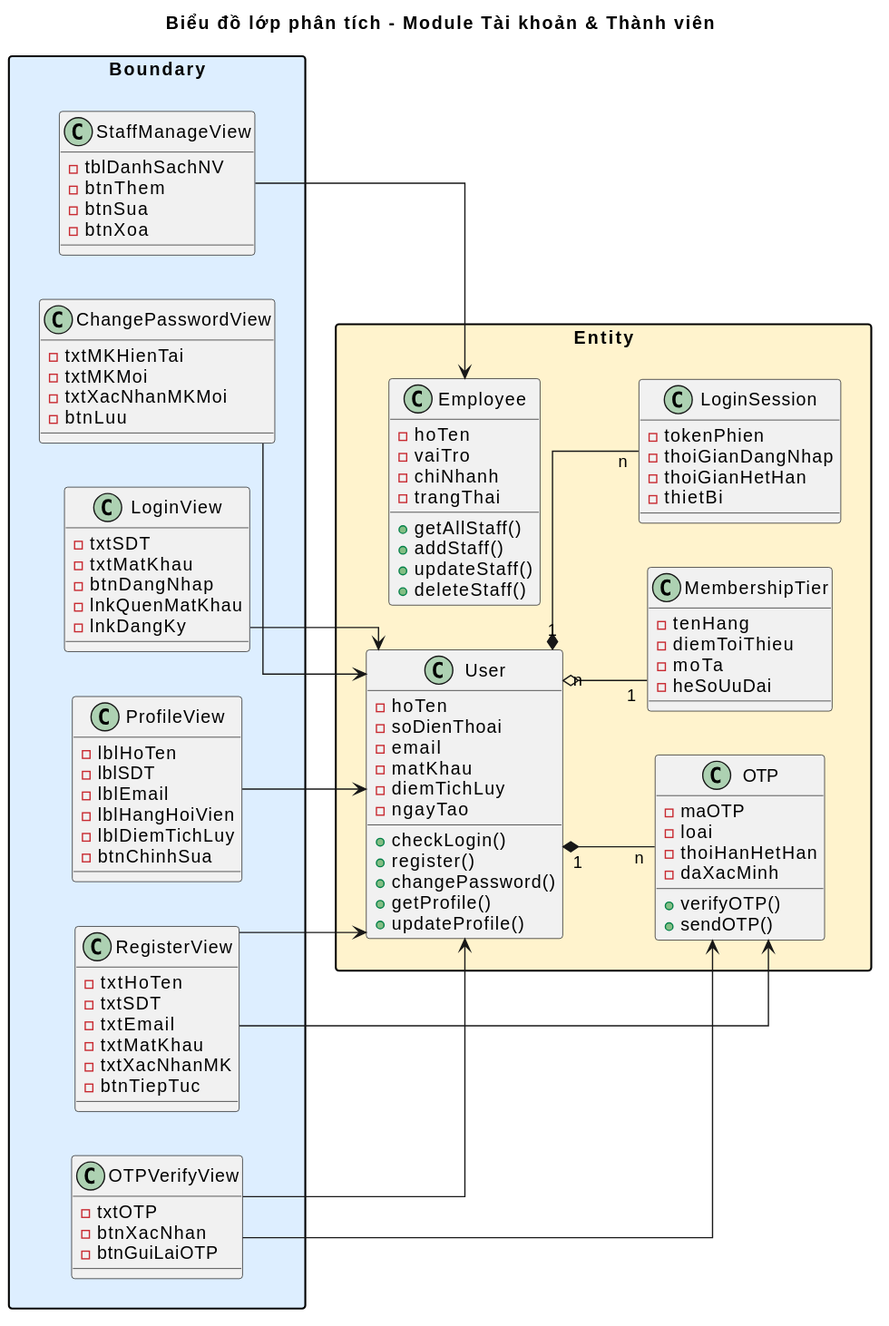
Before: output/diagrams/account_class_analysis.svg, a diagram exported from PlantUML (thanhtrnnn/cnpm). Source of this version:
```plantuml
@startuml
left to right direction
skinparam linetype ortho
skinparam packageStyle rectangle
skinparam packageMaxWidth 800
title Biểu đồ lớp phân tích - Module Tài khoản & Thành viên

package "Boundary" #DDEEFF {
  together {
    class LoginView {
      -txtSDT
      -txtMatKhau
      -btnDangNhap
      -lnkQuenMatKhau
      -lnkDangKy
    }
    class RegisterView {
      -txtHoTen
      -txtSDT
      -txtEmail
      -txtMatKhau
      -txtXacNhanMK
      -btnTiepTuc
    }
    class OTPVerifyView {
      -txtOTP
      -btnXacNhan
      -btnGuiLaiOTP
    }
    class ChangePasswordView {
      -txtMKHienTai
      -txtMKMoi
      -txtXacNhanMKMoi
      -btnLuu
    }
    class ProfileView {
      -lblHoTen
      -lblSDT
      -lblEmail
      -lblHangHoiVien
      -lblDiemTichLuy
      -btnChinhSua
    }
    class StaffManageView {
      -tblDanhSachNV
      -btnThem
      -btnSua
      -btnXoa
    }
  }
}

package "Entity" #FFF3CD {
  together {
    class User {
      -hoTen
      -soDienThoai
      -email
      -matKhau
      -diemTichLuy
      -ngayTao
      +checkLogin()
      +register()
      +changePassword()
      +getProfile()
      +updateProfile()
    }
    class Employee {
      -hoTen
      -vaiTro
      -chiNhanh
      -trangThai
      +getAllStaff()
      +addStaff()
      +updateStaff()
      +deleteStaff()
    }
    class MembershipTier {
      -tenHang
      -diemToiThieu
      -moTa
      -heSoUuDai
    }
    class OTP {
      -maOTP
      -loai
      -thoiHanHetHan
      -daXacMinh
      +verifyOTP()
      +sendOTP()
    }
    class LoginSession {
      -tokenPhien
      -thoiGianDangNhap
      -thoiGianHetHan
      -thietBi
    }
  }
}

LoginView --> User
RegisterView --> User
RegisterView --> OTP
OTPVerifyView --> OTP
OTPVerifyView --> User
ChangePasswordView --> User
ProfileView --> User
StaffManageView --> Employee

User "n" o-- "1" MembershipTier
User "1" *-- "n" OTP
User "1" *-- "n" LoginSession
@enduml
```
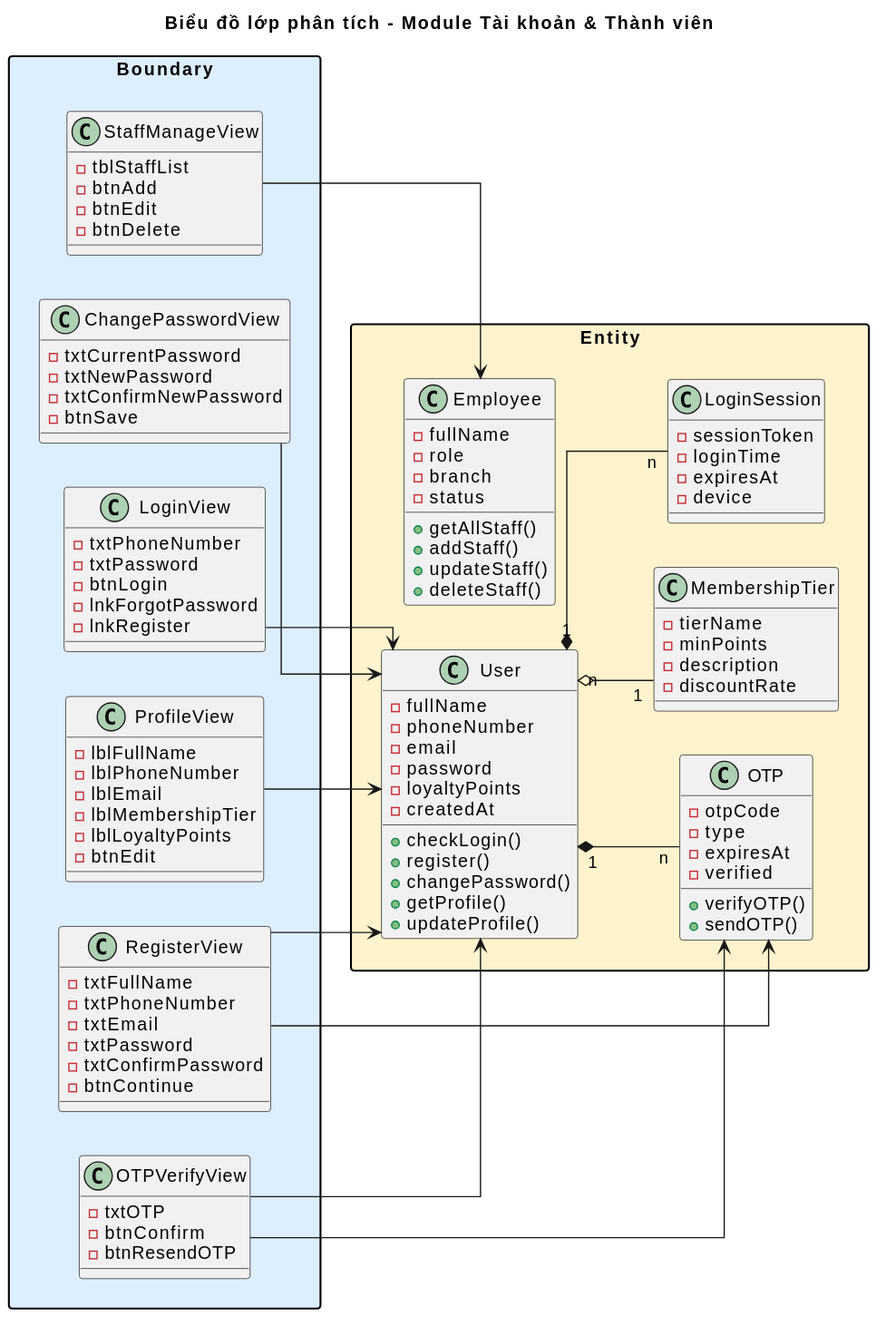
The same file after the commit.

What changed in the source:
```diff
@@ -8,44 +8,44 @@
 package "Boundary" #DDEEFF {
   together {
     class LoginView {
-      -txtSDT
-      -txtMatKhau
-      -btnDangNhap
-      -lnkQuenMatKhau
-      -lnkDangKy
+      -txtPhoneNumber
+      -txtPassword
+      -btnLogin
+      -lnkForgotPassword
+      -lnkRegister
     }
     class RegisterView {
-      -txtHoTen
-      -txtSDT
+      -txtFullName
+      -txtPhoneNumber
       -txtEmail
-      -txtMatKhau
-      -txtXacNhanMK
-      -btnTiepTuc
+      -txtPassword
+      -txtConfirmPassword
+      -btnContinue
     }
     class OTPVerifyView {
       -txtOTP
-      -btnXacNhan
-      -btnGuiLaiOTP
+      -btnConfirm
+      -btnResendOTP
     }
     class ChangePasswordView {
-      -txtMKHienTai
-      -txtMKMoi
-      -txtXacNhanMKMoi
-      -btnLuu
+      -txtCurrentPassword
+      -txtNewPassword
+      -txtConfirmNewPassword
+      -btnSave
     }
     class ProfileView {
-      -lblHoTen
-      -lblSDT
+      -lblFullName
+      -lblPhoneNumber
       -lblEmail
-      -lblHangHoiVien
-      -lblDiemTichLuy
-      -btnChinhSua
+      -lblMembershipTier
+      -lblLoyaltyPoints
+      -btnEdit
     }
     class StaffManageView {
-      -tblDanhSachNV
-      -btnThem
-      -btnSua
-      -btnXoa
+      -tblStaffList
+      -btnAdd
+      -btnEdit
+      -btnDelete
     }
   }
 }
@@ -53,12 +53,12 @@
 package "Entity" #FFF3CD {
   together {
     class User {
-      -hoTen
-      -soDienThoai
+      -fullName
+      -phoneNumber
       -email
-      -matKhau
-      -diemTichLuy
-      -ngayTao
+      -password
+      -loyaltyPoints
+      -createdAt
       +checkLogin()
       +register()
       +changePassword()
@@ -66,34 +66,34 @@
       +updateProfile()
     }
     class Employee {
-      -hoTen
-      -vaiTro
-      -chiNhanh
-      -trangThai
+      -fullName
+      -role
+      -branch
+      -status
       +getAllStaff()
       +addStaff()
       +updateStaff()
       +deleteStaff()
     }
     class MembershipTier {
-      -tenHang
-      -diemToiThieu
-      -moTa
-      -heSoUuDai
+      -tierName
+      -minPoints
+      -description
+      -discountRate
     }
     class OTP {
-      -maOTP
-      -loai
-      -thoiHanHetHan
-      -daXacMinh
+      -otpCode
+      -type
+      -expiresAt
+      -verified
       +verifyOTP()
       +sendOTP()
     }
     class LoginSession {
-      -tokenPhien
-      -thoiGianDangNhap
-      -thoiGianHetHan
-      -thietBi
+      -sessionToken
+      -loginTime
+      -expiresAt
+      -device
     }
   }
 }
```
